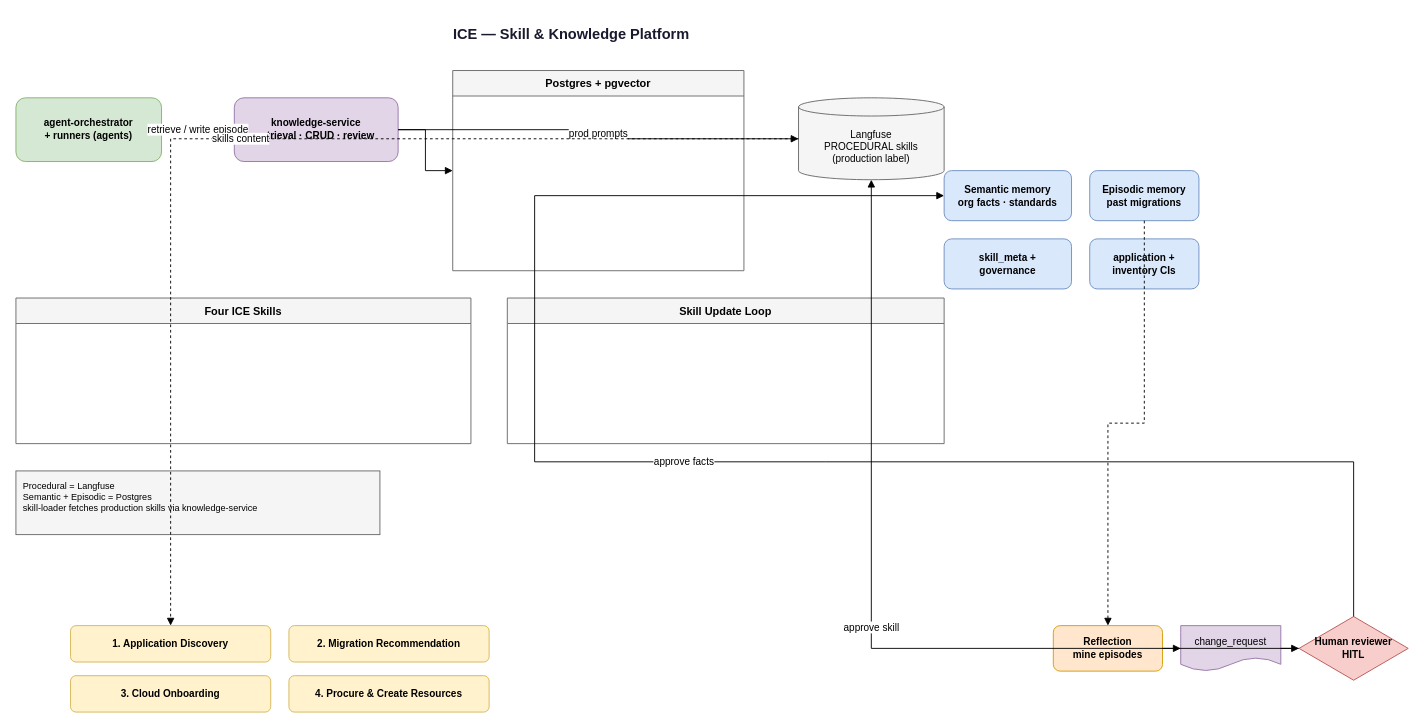
Above: docs/04-skill-knowledge-platform.drawio in shivank22/ICE (draw.io), before the change. Source tidied: cells renumbered, new cells numbered last; positions are measured from the earlier drawing's top-left corner, leaving out a move shared by most shapes. Both pictures are drawn from the tidied source at 91%, with x=0, y=0 at pixel (15, 15).
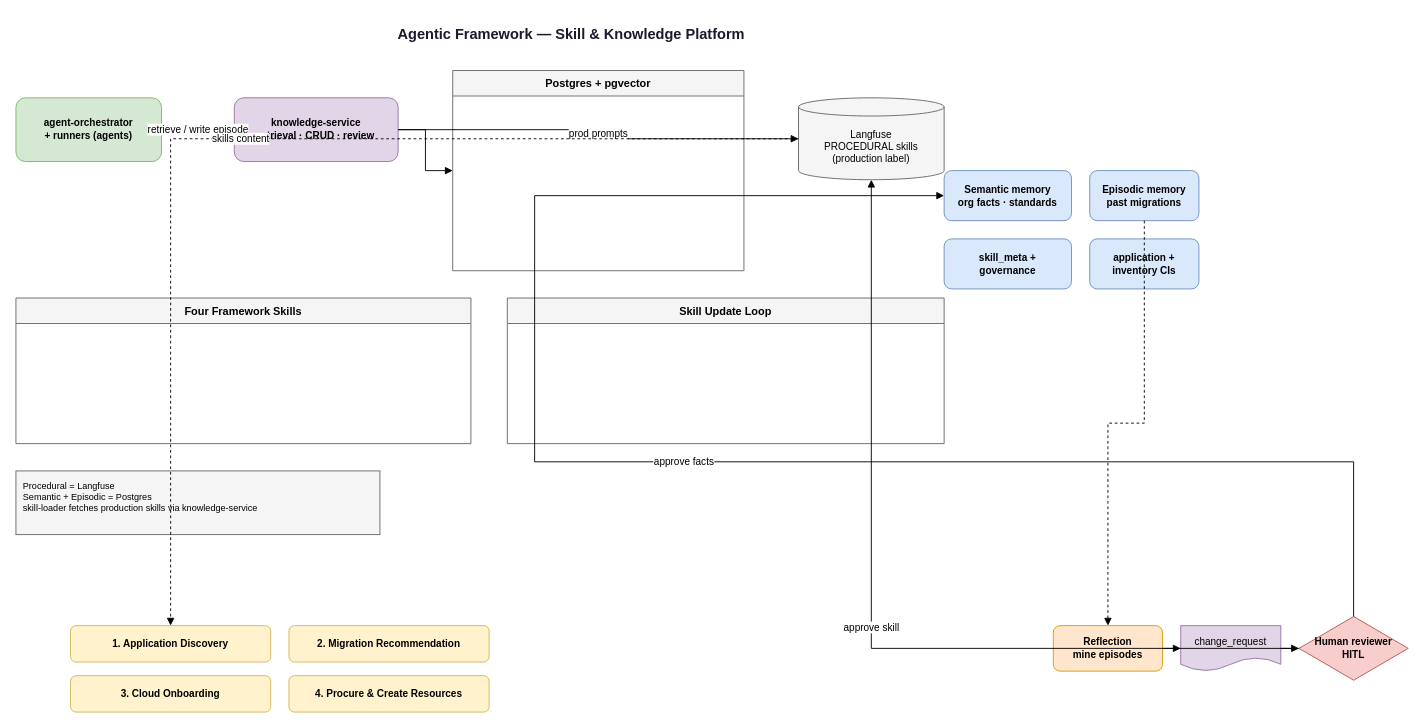
After the change.

Change to the diagram source:
```diff
@@
-    <mxCell id="2" value="ICE — Skill &amp; Knowledge Platform" style="text;html=1;strokeColor=none;fillColor=none;align=center;verticalAlign=middle;fontStyle=1;fontSize=16;fontColor=#1a1a2e;" parent="1" vertex="1">
+    <mxCell id="2" value="Agentic Framework — Skill &amp; Knowledge Platform" style="text;html=1;strokeColor=none;fillColor=none;align=center;verticalAlign=middle;fontStyle=1;fontSize=16;fontColor=#1a1a2e;" parent="1" vertex="1">
       <mxGeometry x="160" width="900" height="40" as="geometry" />
     </mxCell>
@@
-    <mxCell id="11" value="Four ICE Skills" style="swimlane;startSize=28;fillColor=#f5f5f5;strokeColor=#666666;fontStyle=1;fontSize=12;" parent="1" vertex="1">
+    <mxCell id="11" value="Four Framework Skills" style="swimlane;startSize=28;fillColor=#f5f5f5;strokeColor=#666666;fontStyle=1;fontSize=12;" parent="1" vertex="1">
       <mxGeometry y="310" width="500" height="160" as="geometry" />
     </mxCell>
```
